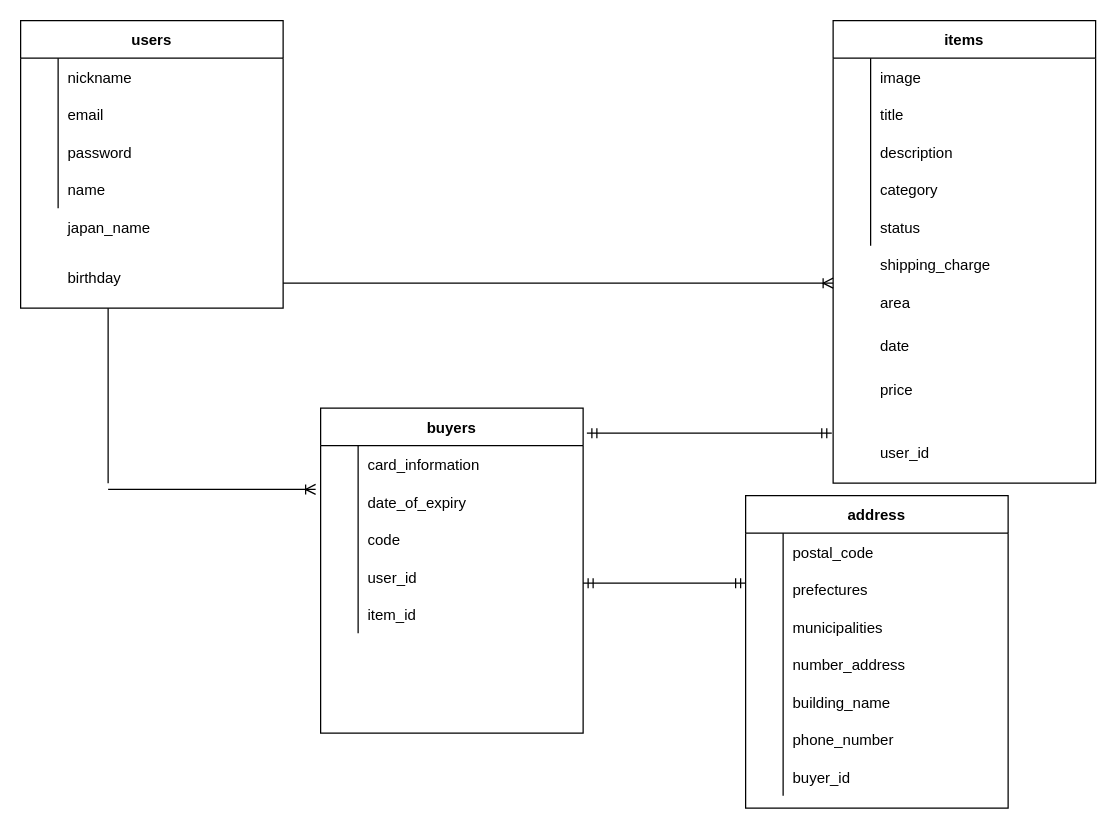
Before: ER図.dio in yoppi19850616/furima-36200, a draw.io diagram. Source tidied: cells renumbered, new cells numbered last; positions are measured from the earlier drawing's top-left corner, leaving out a move shared by most shapes. Both pictures are drawn from the tidied source at 125%, with x=0, y=0 at pixel (20, 20).
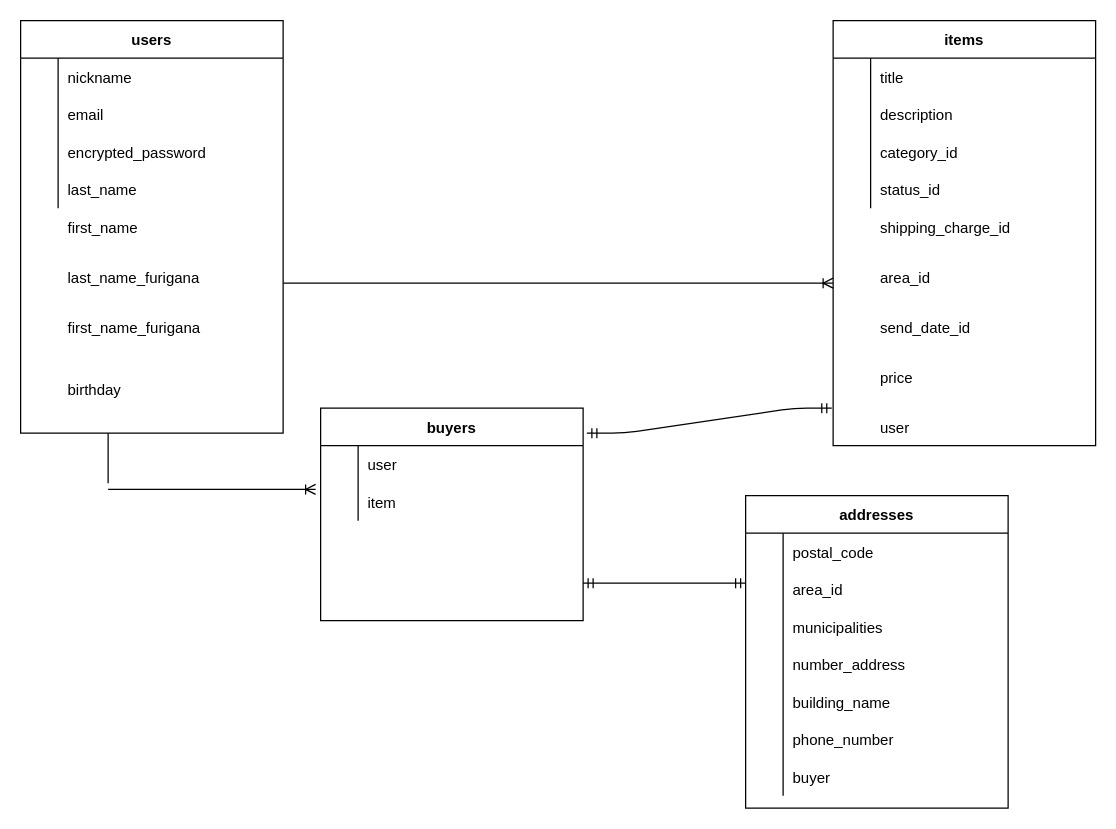
The same page after the edit.

Unchanged cells that the change refers to:
```xml
<mxCell id="9" style="shape=partialRectangle;fillColor=none;top=0;left=0;bottom=0;right=0;" parent="2" vertex="1">
  <mxGeometry y="90" width="210" height="30" as="geometry" />
</mxCell>
<mxCell id="12" style="shape=partialRectangle;fillColor=none;top=0;left=0;bottom=0;right=0;" parent="2" vertex="1">
  <mxGeometry y="120" width="210" height="30" as="geometry" />
</mxCell>
<mxCell id="16" style="shape=partialRectangle;fillColor=none;top=0;left=0;bottom=0;right=0;" parent="15" vertex="1">
  <mxGeometry width="180" height="30" as="geometry" />
</mxCell>
<mxCell id="40" style="shape=partialRectangle;fillColor=none;top=0;left=0;bottom=0;right=0;" parent="39" vertex="1">
  <mxGeometry width="180" height="30" as="geometry" />
</mxCell>
<mxCell id="44" style="shape=partialRectangle;fillColor=none;top=0;left=0;bottom=0;right=0;" parent="43" vertex="1">
  <mxGeometry width="180" height="30" as="geometry" />
</mxCell>
<mxCell id="48" style="shape=partialRectangle;fillColor=none;top=0;left=0;bottom=0;right=0;" parent="47" vertex="1">
  <mxGeometry width="180" height="30" as="geometry" />
</mxCell>
<mxCell id="56" style="shape=partialRectangle;fillColor=none;top=0;left=0;bottom=0;right=0;points=[[0,0.5],[1,0.5]];portConstraint=eastwest;" parent="55" vertex="1">
  <mxGeometry width="180" height="30" as="geometry" />
</mxCell>
<mxCell id="83" style="shape=partialRectangle;fillColor=none;top=0;left=0;bottom=0;right=0;" parent="79" vertex="1">
  <mxGeometry y="60" width="210" height="30" as="geometry" />
</mxCell>
<mxCell id="98" style="shape=partialRectangle;fillColor=none;top=0;left=0;bottom=0;right=0;" parent="79" vertex="1">
  <mxGeometry y="210" width="210" height="30" as="geometry" />
</mxCell>
```

Change to the diagram source:
```diff
@@
     <mxCell id="2" value="users" style="shape=table;startSize=30;childLayout=tableLayout;rowLines=0;fontStyle=1;align=center;" parent="1" vertex="1">
-      <mxGeometry width="210" height="230" as="geometry" />
+      <mxGeometry width="210" height="330" as="geometry" />
     </mxCell>
@@
-    <mxCell id="11" value="password" style="shape=partialRectangle;fillColor=none;top=0;left=0;bottom=0;right=0;align=left;spacingLeft=6;overflow=hidden;" parent="9" vertex="1">
+    <mxCell id="11" value="encrypted_password" style="shape=partialRectangle;fillColor=none;top=0;left=0;bottom=0;right=0;align=left;spacingLeft=6;overflow=hidden;" parent="9" vertex="1">
       <mxGeometry x="30" width="180" height="30" as="geometry" />
     </mxCell>
@@
-    <mxCell id="14" value="name" style="shape=partialRectangle;fillColor=none;top=0;left=0;bottom=0;right=0;align=left;spacingLeft=6;overflow=hidden;" parent="12" vertex="1">
+    <mxCell id="14" value="last_name" style="shape=partialRectangle;fillColor=none;top=0;left=0;bottom=0;right=0;align=left;spacingLeft=6;overflow=hidden;" parent="12" vertex="1">
       <mxGeometry x="30" width="180" height="30" as="geometry" />
     </mxCell>
@@
-    <mxCell id="18" value="japan_name" style="shape=partialRectangle;fillColor=none;top=0;left=0;bottom=0;right=0;align=left;spacingLeft=6;overflow=hidden;" parent="16" vertex="1">
+    <mxCell id="18" value="first_name" style="shape=partialRectangle;fillColor=none;top=0;left=0;bottom=0;right=0;align=left;spacingLeft=6;overflow=hidden;" parent="16" vertex="1">
       <mxGeometry x="30" width="150" height="30" as="geometry" />
     </mxCell>
-    <mxCell id="19" style="shape=table;startSize=0;childLayout=tableLayout;rowLines=0;fontStyle=0;align=center;strokeColor=none;fillColor=none;" parent="1" vertex="1">
-      <mxGeometry y="190" width="180" height="30" as="geometry" />
-    </mxCell>
-    <mxCell id="20" style="shape=partialRectangle;fillColor=none;top=0;left=0;bottom=0;right=0;" parent="19" vertex="1">
-      <mxGeometry width="180" height="30" as="geometry" />
-    </mxCell>
-    <mxCell id="21" style="shape=partialRectangle;fillColor=none;top=0;left=0;bottom=0;right=0;overflow=hidden;" parent="20" vertex="1">
-      <mxGeometry width="30" height="30" as="geometry" />
-    </mxCell>
-    <mxCell id="22" value="birthday" style="shape=partialRectangle;fillColor=none;top=0;left=0;bottom=0;right=0;align=left;spacingLeft=6;overflow=hidden;" parent="20" vertex="1">
-      <mxGeometry x="30" width="150" height="30" as="geometry" />
-    </mxCell>
     <mxCell id="23" value="items" style="shape=table;startSize=30;childLayout=tableLayout;rowLines=0;fontStyle=1;align=center;" parent="1" vertex="1">
-      <mxGeometry x="650" width="210" height="370" as="geometry" />
+      <mxGeometry x="650" width="210" height="340" as="geometry" />
     </mxCell>
-    <mxCell id="24" style="shape=partialRectangle;fillColor=none;top=0;left=0;bottom=0;right=0;" parent="23" vertex="1">
-      <mxGeometry y="30" width="210" height="30" as="geometry" />
-    </mxCell>
-    <mxCell id="25" style="shape=partialRectangle;fillColor=none;top=0;left=0;bottom=0;right=0;overflow=hidden;" parent="24" vertex="1">
-      <mxGeometry width="30" height="30" as="geometry" />
-    </mxCell>
-    <mxCell id="26" value="image" style="shape=partialRectangle;fillColor=none;top=0;left=0;bottom=0;right=0;align=left;spacingLeft=6;overflow=hidden;" parent="24" vertex="1">
-      <mxGeometry x="30" width="180" height="30" as="geometry" />
-    </mxCell>
     <mxCell id="27" style="shape=partialRectangle;fillColor=none;top=0;left=0;bottom=0;right=0;" parent="23" vertex="1">
-      <mxGeometry y="60" width="210" height="30" as="geometry" />
+      <mxGeometry y="30" width="210" height="30" as="geometry" />
     </mxCell>
@@
     <mxCell id="30" style="shape=partialRectangle;fillColor=none;top=0;left=0;bottom=0;right=0;" parent="23" vertex="1">
-      <mxGeometry y="90" width="210" height="30" as="geometry" />
+      <mxGeometry y="60" width="210" height="30" as="geometry" />
     </mxCell>
@@
     <mxCell id="33" style="shape=partialRectangle;fillColor=none;top=0;left=0;bottom=0;right=0;" parent="23" vertex="1">
-      <mxGeometry y="120" width="210" height="30" as="geometry" />
+      <mxGeometry y="90" width="210" height="30" as="geometry" />
     </mxCell>
@@
-    <mxCell id="35" value="category" style="shape=partialRectangle;fillColor=none;top=0;left=0;bottom=0;right=0;align=left;spacingLeft=6;overflow=hidden;" parent="33" vertex="1">
+    <mxCell id="35" value="category_id" style="shape=partialRectangle;fillColor=none;top=0;left=0;bottom=0;right=0;align=left;spacingLeft=6;overflow=hidden;" parent="33" vertex="1">
       <mxGeometry x="30" width="180" height="30" as="geometry" />
     </mxCell>
     <mxCell id="36" style="shape=partialRectangle;fillColor=none;top=0;left=0;bottom=0;right=0;" parent="23" vertex="1">
-      <mxGeometry y="150" width="210" height="30" as="geometry" />
+      <mxGeometry y="120" width="210" height="30" as="geometry" />
     </mxCell>
@@
-    <mxCell id="38" value="status" style="shape=partialRectangle;fillColor=none;top=0;left=0;bottom=0;right=0;align=left;spacingLeft=6;overflow=hidden;" parent="36" vertex="1">
+    <mxCell id="38" value="status_id" style="shape=partialRectangle;fillColor=none;top=0;left=0;bottom=0;right=0;align=left;spacingLeft=6;overflow=hidden;" parent="36" vertex="1">
       <mxGeometry x="30" width="180" height="30" as="geometry" />
     </mxCell>
     <mxCell id="39" style="shape=table;startSize=0;childLayout=tableLayout;rowLines=0;fontStyle=0;align=center;strokeColor=none;fillColor=none;" parent="1" vertex="1">
-      <mxGeometry x="650" y="180" width="180" height="30" as="geometry" />
+      <mxGeometry x="650" y="150" width="180" height="30" as="geometry" />
     </mxCell>
@@
-    <mxCell id="42" value="shipping_charge" style="shape=partialRectangle;fillColor=none;top=0;left=0;bottom=0;right=0;align=left;spacingLeft=6;overflow=hidden;" parent="40" vertex="1">
+    <mxCell id="42" value="shipping_charge_id" style="shape=partialRectangle;fillColor=none;top=0;left=0;bottom=0;right=0;align=left;spacingLeft=6;overflow=hidden;" parent="40" vertex="1">
       <mxGeometry x="30" width="150" height="30" as="geometry" />
     </mxCell>
     <mxCell id="43" style="shape=table;startSize=0;childLayout=tableLayout;rowLines=0;fontStyle=0;align=center;strokeColor=none;fillColor=none;" parent="1" vertex="1">
-      <mxGeometry x="650" y="210" width="180" height="30" as="geometry" />
+      <mxGeometry x="650" y="190" width="180" height="30" as="geometry" />
     </mxCell>
@@
-    <mxCell id="46" value="area" style="shape=partialRectangle;fillColor=none;top=0;left=0;bottom=0;right=0;align=left;spacingLeft=6;overflow=hidden;" parent="44" vertex="1">
+    <mxCell id="46" value="area_id" style="shape=partialRectangle;fillColor=none;top=0;left=0;bottom=0;right=0;align=left;spacingLeft=6;overflow=hidden;" parent="44" vertex="1">
       <mxGeometry x="30" width="150" height="30" as="geometry" />
     </mxCell>
     <mxCell id="47" style="shape=table;startSize=0;childLayout=tableLayout;rowLines=0;fontStyle=0;align=center;strokeColor=none;fillColor=none;" parent="1" vertex="1">
-      <mxGeometry x="650" y="245" width="180" height="30" as="geometry" />
+      <mxGeometry x="650" y="230" width="180" height="30" as="geometry" />
     </mxCell>
@@
-    <mxCell id="50" value="date" style="shape=partialRectangle;fillColor=none;top=0;left=0;bottom=0;right=0;align=left;spacingLeft=6;overflow=hidden;" parent="48" vertex="1">
+    <mxCell id="50" value="send_date_id" style="shape=partialRectangle;fillColor=none;top=0;left=0;bottom=0;right=0;align=left;spacingLeft=6;overflow=hidden;" parent="48" vertex="1">
       <mxGeometry x="30" width="150" height="30" as="geometry" />
     </mxCell>
     <mxCell id="51" style="shape=table;startSize=0;childLayout=tableLayout;rowLines=0;fontStyle=0;align=center;strokeColor=none;fillColor=none;" parent="1" vertex="1">
-      <mxGeometry x="650" y="280" width="180" height="30" as="geometry" />
+      <mxGeometry x="650" y="270" width="180" height="30" as="geometry" />
     </mxCell>
@@
     <mxCell id="55" style="shape=table;startSize=0;childLayout=tableLayout;rowLines=0;fontStyle=0;align=center;strokeColor=none;fillColor=none;" parent="1" vertex="1">
-      <mxGeometry x="650" y="330" width="180" height="30" as="geometry" />
+      <mxGeometry x="650" y="310" width="180" height="30" as="geometry" />
     </mxCell>
@@
-    <mxCell id="58" value="user_id" style="shape=partialRectangle;fillColor=none;top=0;left=0;bottom=0;right=0;align=left;spacingLeft=6;overflow=hidden;" parent="56" vertex="1">
+    <mxCell id="58" value="user" style="shape=partialRectangle;fillColor=none;top=0;left=0;bottom=0;right=0;align=left;spacingLeft=6;overflow=hidden;" parent="56" vertex="1">
       <mxGeometry x="30" width="150" height="30" as="geometry" />
     </mxCell>
     <mxCell id="59" value="buyers" style="shape=table;startSize=30;childLayout=tableLayout;rowLines=0;fontStyle=1;align=center;" parent="1" vertex="1">
-      <mxGeometry x="240" y="310" width="210" height="260" as="geometry" />
+      <mxGeometry x="240" y="310" width="210" height="170" as="geometry" />
     </mxCell>
-    <mxCell id="60" style="shape=partialRectangle;fillColor=none;top=0;left=0;bottom=0;right=0;" parent="59" vertex="1">
-      <mxGeometry y="30" width="210" height="30" as="geometry" />
-    </mxCell>
-    <mxCell id="61" style="shape=partialRectangle;fillColor=none;top=0;left=0;bottom=0;right=0;overflow=hidden;" parent="60" vertex="1">
-      <mxGeometry width="30" height="30" as="geometry" />
-    </mxCell>
-    <mxCell id="62" value="card_information" style="shape=partialRectangle;fillColor=none;top=0;left=0;bottom=0;right=0;align=left;spacingLeft=6;overflow=hidden;" parent="60" vertex="1">
-      <mxGeometry x="30" width="180" height="30" as="geometry" />
-    </mxCell>
-    <mxCell id="63" style="shape=partialRectangle;fillColor=none;top=0;left=0;bottom=0;right=0;points=[[0,0.5],[1,0.5]];portConstraint=eastwest;" parent="59" vertex="1">
-      <mxGeometry y="60" width="210" height="30" as="geometry" />
-    </mxCell>
-    <mxCell id="64" style="shape=partialRectangle;fillColor=none;top=0;left=0;bottom=0;right=0;overflow=hidden;" parent="63" vertex="1">
-      <mxGeometry width="30" height="30" as="geometry" />
-    </mxCell>
-    <mxCell id="65" value="date_of_expiry" style="shape=partialRectangle;fillColor=none;top=0;left=0;bottom=0;right=0;align=left;spacingLeft=6;overflow=hidden;" parent="63" vertex="1">
-      <mxGeometry x="30" width="180" height="30" as="geometry" />
-    </mxCell>
-    <mxCell id="66" style="shape=partialRectangle;fillColor=none;top=0;left=0;bottom=0;right=0;" parent="59" vertex="1">
-      <mxGeometry y="90" width="210" height="30" as="geometry" />
-    </mxCell>
-    <mxCell id="67" style="shape=partialRectangle;fillColor=none;top=0;left=0;bottom=0;right=0;overflow=hidden;" parent="66" vertex="1">
-      <mxGeometry width="30" height="30" as="geometry" />
-    </mxCell>
-    <mxCell id="68" value="code" style="shape=partialRectangle;fillColor=none;top=0;left=0;bottom=0;right=0;align=left;spacingLeft=6;overflow=hidden;" parent="66" vertex="1">
-      <mxGeometry x="30" width="180" height="30" as="geometry" />
-    </mxCell>
     <mxCell id="69" style="shape=partialRectangle;fillColor=none;top=0;left=0;bottom=0;right=0;" parent="59" vertex="1">
-      <mxGeometry y="120" width="210" height="30" as="geometry" />
+      <mxGeometry y="30" width="210" height="30" as="geometry" />
     </mxCell>
@@
-    <mxCell id="71" value="user_id" style="shape=partialRectangle;fillColor=none;top=0;left=0;bottom=0;right=0;align=left;spacingLeft=6;overflow=hidden;" parent="69" vertex="1">
+    <mxCell id="71" value="user" style="shape=partialRectangle;fillColor=none;top=0;left=0;bottom=0;right=0;align=left;spacingLeft=6;overflow=hidden;" parent="69" vertex="1">
       <mxGeometry x="30" width="180" height="30" as="geometry" />
     </mxCell>
     <mxCell id="72" style="shape=partialRectangle;fillColor=none;top=0;left=0;bottom=0;right=0;" parent="59" vertex="1">
-      <mxGeometry y="150" width="210" height="30" as="geometry" />
+      <mxGeometry y="60" width="210" height="30" as="geometry" />
     </mxCell>
@@
-    <mxCell id="74" value="item_id" style="shape=partialRectangle;fillColor=none;top=0;left=0;bottom=0;right=0;align=left;spacingLeft=6;overflow=hidden;" parent="72" vertex="1">
+    <mxCell id="74" value="item" style="shape=partialRectangle;fillColor=none;top=0;left=0;bottom=0;right=0;align=left;spacingLeft=6;overflow=hidden;" parent="72" vertex="1">
       <mxGeometry x="30" width="180" height="30" as="geometry" />
     </mxCell>
-    <mxCell id="75" style="edgeStyle=entityRelationEdgeStyle;fontSize=12;html=1;endArrow=ERoneToMany;entryX=-0.019;entryY=0.167;entryDx=0;entryDy=0;entryPerimeter=0;" parent="1" edge="1" target="63">
+    <mxCell id="75" style="edgeStyle=entityRelationEdgeStyle;fontSize=12;html=1;endArrow=ERoneToMany;entryX=-0.019;entryY=0.167;entryDx=0;entryDy=0;entryPerimeter=0;" parent="1" edge="1">
       <mxGeometry relative="1" as="geometry">
         <mxPoint x="70" y="375" as="sourcePoint" />
+        <mxPoint x="236" y="375" as="targetPoint" />
       </mxGeometry>
     </mxCell>
-    <mxCell id="76" style="endArrow=none;html=1;rounded=0;" parent="1" edge="1">
+    <mxCell id="76" style="endArrow=none;html=1;rounded=0;startArrow=none;" parent="1" edge="1">
       <mxGeometry relative="1" as="geometry">
-        <mxPoint x="70" y="230" as="sourcePoint" />
+        <mxPoint x="70" y="330" as="sourcePoint" />
         <mxPoint x="70" y="370" as="targetPoint" />
       </mxGeometry>
     </mxCell>
@@
-    <mxCell id="79" value="address" style="shape=table;startSize=30;childLayout=tableLayout;rowLines=0;fontStyle=1;align=center;" parent="1" vertex="1">
+    <mxCell id="79" value="addresses" style="shape=table;startSize=30;childLayout=tableLayout;rowLines=0;fontStyle=1;align=center;" parent="1" vertex="1">
       <mxGeometry x="580" y="380" width="210" height="250" as="geometry" />
     </mxCell>
@@
-    <mxCell id="85" value="prefectures" style="shape=partialRectangle;fillColor=none;top=0;left=0;bottom=0;right=0;align=left;spacingLeft=6;overflow=hidden;" parent="83" vertex="1">
+    <mxCell id="85" value="area_id" style="shape=partialRectangle;fillColor=none;top=0;left=0;bottom=0;right=0;align=left;spacingLeft=6;overflow=hidden;" parent="83" vertex="1">
       <mxGeometry x="30" width="180" height="30" as="geometry" />
     </mxCell>
@@
-    <mxCell id="100" value="buyer_id" style="shape=partialRectangle;fillColor=none;top=0;left=0;bottom=0;right=0;align=left;spacingLeft=6;overflow=hidden;" parent="98" vertex="1">
+    <mxCell id="100" value="buyer" style="shape=partialRectangle;fillColor=none;top=0;left=0;bottom=0;right=0;align=left;spacingLeft=6;overflow=hidden;" parent="98" vertex="1">
       <mxGeometry x="30" width="180" height="30" as="geometry" />
     </mxCell>
@@
+    <mxCell id="19" style="shape=table;startSize=0;childLayout=tableLayout;rowLines=0;fontStyle=0;align=center;strokeColor=none;fillColor=none;" parent="1" vertex="1">
+      <mxGeometry y="280" width="180" height="30" as="geometry" />
+    </mxCell>
+    <mxCell id="20" style="shape=partialRectangle;fillColor=none;top=0;left=0;bottom=0;right=0;" parent="19" vertex="1">
+      <mxGeometry width="180" height="30" as="geometry" />
+    </mxCell>
+    <mxCell id="21" style="shape=partialRectangle;fillColor=none;top=0;left=0;bottom=0;right=0;overflow=hidden;" parent="20" vertex="1">
+      <mxGeometry width="30" height="30" as="geometry" />
+    </mxCell>
+    <mxCell id="22" value="birthday" style="shape=partialRectangle;fillColor=none;top=0;left=0;bottom=0;right=0;align=left;spacingLeft=6;overflow=hidden;" parent="20" vertex="1">
+      <mxGeometry x="30" width="150" height="30" as="geometry" />
+    </mxCell>
+    <mxCell id="102" style="shape=table;startSize=0;childLayout=tableLayout;rowLines=0;fontStyle=0;align=center;strokeColor=none;fillColor=none;" parent="1" vertex="1">
+      <mxGeometry y="190" width="180" height="30" as="geometry" />
+    </mxCell>
+    <mxCell id="103" style="shape=partialRectangle;fillColor=none;top=0;left=0;bottom=0;right=0;" parent="102" vertex="1">
+      <mxGeometry width="180" height="30" as="geometry" />
+    </mxCell>
+    <mxCell id="104" style="shape=partialRectangle;fillColor=none;top=0;left=0;bottom=0;right=0;overflow=hidden;" parent="103" vertex="1">
+      <mxGeometry width="30" height="30" as="geometry" />
+    </mxCell>
+    <mxCell id="105" value="last_name_furigana" style="shape=partialRectangle;fillColor=none;top=0;left=0;bottom=0;right=0;align=left;spacingLeft=6;overflow=hidden;" parent="103" vertex="1">
+      <mxGeometry x="30" width="150" height="30" as="geometry" />
+    </mxCell>
+    <mxCell id="106" style="shape=table;startSize=0;childLayout=tableLayout;rowLines=0;fontStyle=0;align=center;strokeColor=none;fillColor=none;" parent="1" vertex="1">
+      <mxGeometry y="230" width="180" height="30" as="geometry" />
+    </mxCell>
+    <mxCell id="107" style="shape=partialRectangle;fillColor=none;top=0;left=0;bottom=0;right=0;" parent="106" vertex="1">
+      <mxGeometry width="180" height="30" as="geometry" />
+    </mxCell>
+    <mxCell id="108" style="shape=partialRectangle;fillColor=none;top=0;left=0;bottom=0;right=0;overflow=hidden;" parent="107" vertex="1">
+      <mxGeometry width="30" height="30" as="geometry" />
+    </mxCell>
+    <mxCell id="109" value="first_name_furigana" style="shape=partialRectangle;fillColor=none;top=0;left=0;bottom=0;right=0;align=left;spacingLeft=6;overflow=hidden;" parent="107" vertex="1">
+      <mxGeometry x="30" width="150" height="30" as="geometry" />
+    </mxCell>
```
